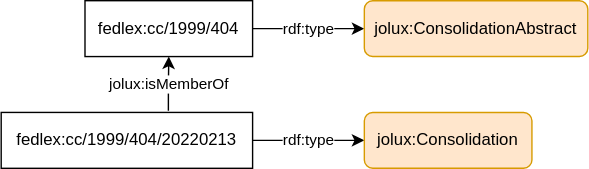
Before: content/img/sr1.svg, a diagram exported from draw.io (bequrios/fedlex). Source tidied: cells renumbered, new cells last; positions are measured from the earlier drawing's top-left corner, leaving out a move shared by most shapes.
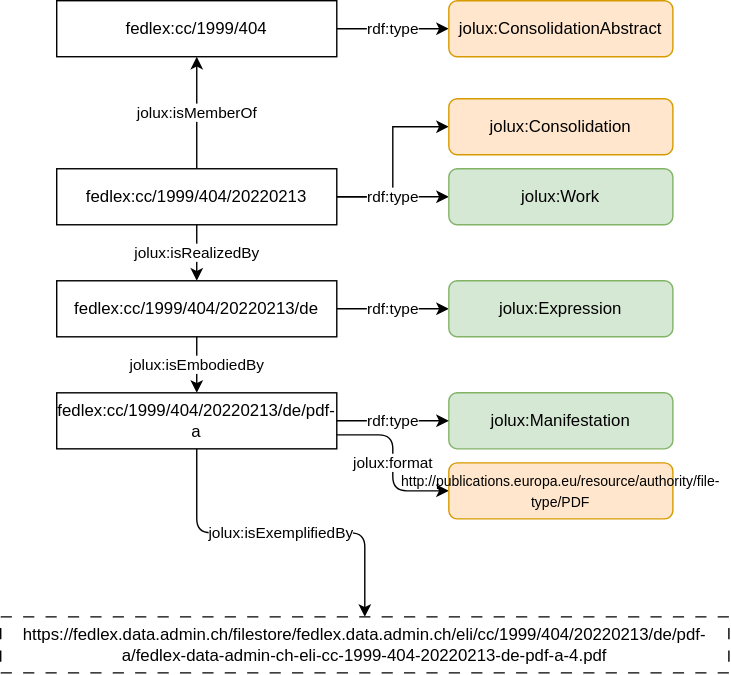
After the change.

The edit, as a diff of the source:
```diff
@@ -8,13 +8,13 @@
     <mxCell id="3" value="&lt;div&gt;rdf:type&lt;/div&gt;" style="edgeLabel;html=1;align=center;verticalAlign=middle;" parent="2" vertex="1">
       <mxGeometry relative="1" as="geometry" />
     </mxCell>
-    <mxCell id="4" value="&lt;a href=&quot;https://fedlex.data.admin.ch/eli/cc/1999/404&quot;&gt;fedlex:cc/1999/404&lt;/a&gt;" style="rounded=0;whiteSpace=wrap;html=1;" parent="1" vertex="1">
-      <mxGeometry x="60" width="120" height="40" as="geometry" />
+    <mxCell id="4" value="fedlex:cc/1999/404" style="rounded=0;whiteSpace=wrap;html=1;" parent="1" vertex="1">
+      <mxGeometry x="-20" width="200" height="40" as="geometry" />
     </mxCell>
     <mxCell id="5" value="jolux:ConsolidationAbstract" style="rounded=1;whiteSpace=wrap;html=1;fillColor=#ffe6cc;strokeColor=#d79b00;" parent="1" vertex="1">
       <mxGeometry x="260" width="160" height="40" as="geometry" />
     </mxCell>
-    <mxCell id="6" style="edgeStyle=orthogonalEdgeStyle;html=1;exitX=0.665;exitY=-0.029;exitDx=0;exitDy=0;entryX=0.5;entryY=1;entryDx=0;entryDy=0;rounded=0;exitPerimeter=0;" parent="1" edge="1" source="10" target="4">
+    <mxCell id="6" style="edgeStyle=orthogonalEdgeStyle;html=1;exitX=0.5;exitY=0;exitDx=0;exitDy=0;rounded=0;entryX=0.5;entryY=1;entryDx=0;entryDy=0;" parent="1" edge="1" source="10" target="4">
       <mxGeometry relative="1" as="geometry" />
     </mxCell>
     <mxCell id="7" value="jolux:isMemberOf" style="edgeLabel;html=1;align=center;verticalAlign=middle;" parent="6" vertex="1">
@@ -23,14 +23,67 @@
     <mxCell id="8" style="edgeStyle=orthogonalEdgeStyle;rounded=0;html=1;exitX=1;exitY=0.5;exitDx=0;exitDy=0;entryX=0;entryY=0.5;entryDx=0;entryDy=0;" parent="1" edge="1" source="10" target="11">
       <mxGeometry relative="1" as="geometry" />
     </mxCell>
-    <mxCell id="9" value="rdf:type" style="edgeLabel;html=1;align=center;verticalAlign=middle;" parent="8" vertex="1">
-      <mxGeometry relative="1" as="geometry" />
-    </mxCell>
+    <mxCell id="12" value="rdf:type" style="edgeStyle=orthogonalEdgeStyle;html=1;exitX=1;exitY=0.5;exitDx=0;exitDy=0;entryX=0;entryY=0.5;entryDx=0;entryDy=0;" parent="1" edge="1" source="10" target="28">
+      <mxGeometry relative="1" as="geometry" />
+    </mxCell>
-    <mxCell id="10" value="&lt;a href=&quot;https://fedlex.data.admin.ch/eli/cc/1999/404/20220213&quot;&gt;fedlex:cc/1999/404/20220213&lt;/a&gt;" style="rounded=0;whiteSpace=wrap;html=1;" parent="1" vertex="1">
-      <mxGeometry y="80" width="180" height="40" as="geometry" />
+    <mxCell id="10" value="fedlex:cc/1999/404/20220213" style="rounded=0;whiteSpace=wrap;html=1;" parent="1" vertex="1">
+      <mxGeometry x="-20" y="120" width="200" height="40" as="geometry" />
     </mxCell>
     <mxCell id="11" value="jolux:Consolidation" style="rounded=1;whiteSpace=wrap;html=1;fillColor=#ffe6cc;strokeColor=#d79b00;" parent="1" vertex="1">
-      <mxGeometry x="260" y="80" width="120" height="40" as="geometry" />
+      <mxGeometry x="260" y="70" width="160" height="40" as="geometry" />
     </mxCell>
+    <mxCell id="13" style="edgeStyle=none;html=1;exitX=1;exitY=0.5;exitDx=0;exitDy=0;entryX=0;entryY=0.5;entryDx=0;entryDy=0;" parent="1" edge="1" source="17" target="18">
+      <mxGeometry relative="1" as="geometry" />
+    </mxCell>
+    <mxCell id="14" value="rdf:type" style="edgeLabel;html=1;align=center;verticalAlign=middle;" parent="13" vertex="1">
+      <mxGeometry relative="1" as="geometry" />
+    </mxCell>
+    <mxCell id="15" style="edgeStyle=none;html=1;exitX=0.5;exitY=1;exitDx=0;exitDy=0;entryX=0.5;entryY=0;entryDx=0;entryDy=0;" parent="1" edge="1" source="10" target="17">
+      <mxGeometry relative="1" as="geometry" />
+    </mxCell>
+    <mxCell id="16" value="jolux:isRealizedBy" style="edgeLabel;html=1;align=center;verticalAlign=middle;" parent="15" vertex="1">
+      <mxGeometry relative="1" as="geometry" />
+    </mxCell>
+    <mxCell id="17" value="fedlex:cc/1999/404/20220213/de" style="rounded=0;whiteSpace=wrap;html=1;" parent="1" vertex="1">
+      <mxGeometry x="-20" y="200" width="200" height="40" as="geometry" />
+    </mxCell>
+    <mxCell id="18" value="jolux:Expression" style="rounded=1;whiteSpace=wrap;html=1;fillColor=#d5e8d4;strokeColor=#82b366;" parent="1" vertex="1">
+      <mxGeometry x="260" y="200" width="160" height="40" as="geometry" />
+    </mxCell>
+    <mxCell id="19" value="jolux:isExemplifiedBy" style="edgeStyle=orthogonalEdgeStyle;html=1;exitX=0.5;exitY=1;exitDx=0;exitDy=0;entryX=0.5;entryY=0;entryDx=0;entryDy=0;" parent="1" edge="1" source="21" target="27">
+      <mxGeometry relative="1" as="geometry" />
+    </mxCell>
+    <mxCell id="20" value="jolux:format" style="edgeStyle=orthogonalEdgeStyle;html=1;entryX=0;entryY=0.5;entryDx=0;entryDy=0;fontSize=11;" parent="1" edge="1" target="29">
+      <mxGeometry relative="1" as="geometry">
+        <mxPoint x="180" y="310" as="sourcePoint" />
+      </mxGeometry>
+    </mxCell>
+    <mxCell id="21" value="fedlex:cc/1999/404/20220213/de/pdf-a" style="rounded=0;whiteSpace=wrap;html=1;" parent="1" vertex="1">
+      <mxGeometry x="-20" y="280" width="200" height="40" as="geometry" />
+    </mxCell>
+    <mxCell id="22" value="jolux:Manifestation" style="rounded=1;whiteSpace=wrap;html=1;fillColor=#d5e8d4;strokeColor=#82b366;" parent="1" vertex="1">
+      <mxGeometry x="260" y="280" width="160" height="40" as="geometry" />
+    </mxCell>
+    <mxCell id="23" style="edgeStyle=none;html=1;exitX=0.5;exitY=1;exitDx=0;exitDy=0;entryX=0.5;entryY=0;entryDx=0;entryDy=0;" parent="1" edge="1" source="17" target="21">
+      <mxGeometry relative="1" as="geometry" />
+    </mxCell>
+    <mxCell id="24" value="jolux:isEmbodiedBy" style="edgeLabel;html=1;align=center;verticalAlign=middle;" parent="23" vertex="1">
+      <mxGeometry relative="1" as="geometry" />
+    </mxCell>
+    <mxCell id="25" style="edgeStyle=none;html=1;exitX=1;exitY=0.5;exitDx=0;exitDy=0;entryX=0;entryY=0.5;entryDx=0;entryDy=0;" parent="1" edge="1" source="21" target="22">
+      <mxGeometry relative="1" as="geometry" />
+    </mxCell>
+    <mxCell id="26" value="rdf:type" style="edgeLabel;html=1;align=center;verticalAlign=middle;" parent="25" vertex="1">
+      <mxGeometry relative="1" as="geometry" />
+    </mxCell>
+    <mxCell id="27" value="&lt;span style=&quot;&quot;&gt;https://fedlex.data.admin.ch/filestore/fedlex.data.admin.ch/eli/cc/1999/404/20220213/de/pdf-a/fedlex-data-admin-ch-eli-cc-1999-404-20220213-de-pdf-a-4.pdf&lt;br&gt; &lt;/span&gt;" style="rounded=0;whiteSpace=wrap;html=1;dashed=1;dashPattern=8 8;" parent="1" vertex="1">
+      <mxGeometry x="-60" y="440" width="520" height="40" as="geometry" />
+    </mxCell>
+    <mxCell id="28" value="jolux:Work" style="rounded=1;whiteSpace=wrap;html=1;fillColor=#d5e8d4;strokeColor=#82b366;" parent="1" vertex="1">
+      <mxGeometry x="260" y="120" width="160" height="40" as="geometry" />
+    </mxCell>
+    <mxCell id="29" value="&lt;font style=&quot;font-size: 11px;&quot;&gt;&lt;span style=&quot;&quot;&gt;&lt;font style=&quot;font-size: 10px;&quot;&gt;http://publications.europa.eu/resource/authority/file-type/PDF &lt;/font&gt;&lt;/span&gt;&lt;/font&gt;" style="rounded=1;whiteSpace=wrap;html=1;fillColor=#ffe6cc;strokeColor=#d79b00;" parent="1" vertex="1">
+      <mxGeometry x="260" y="330" width="160" height="40" as="geometry" />
+    </mxCell>
   </root>
 </mxGraphModel>
```
